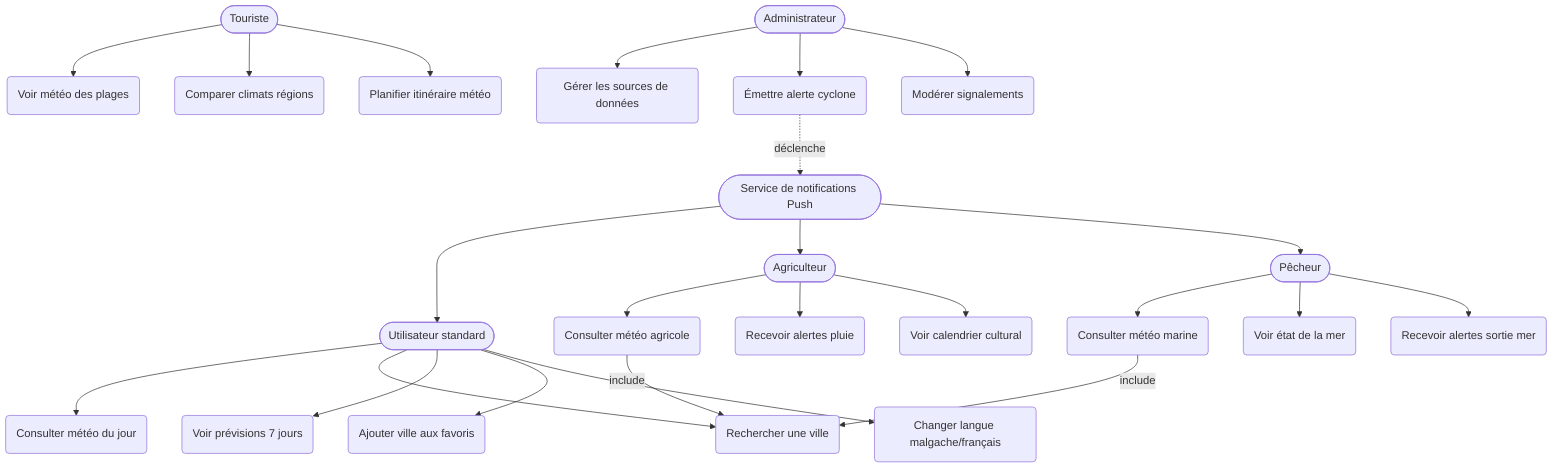
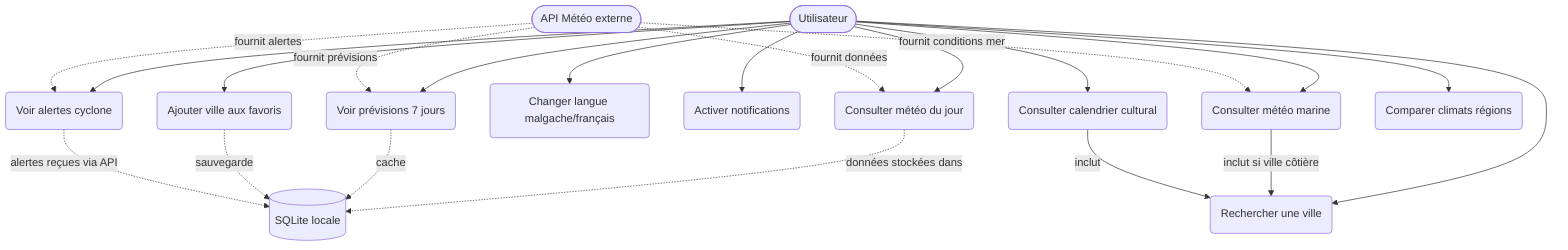
graph TD
-     U([Utilisateur standard]) --> UC1(Consulter météo du jour)
+     U([Utilisateur]) --> UC1(Consulter météo du jour)
    U --> UC2(Rechercher une ville)
    U --> UC3(Voir prévisions 7 jours)
    U --> UC4(Ajouter ville aux favoris)
    U --> UC5(Changer langue malgache/français)
+     U --> UC6(Activer notifications)

-     A([Agriculteur]) --> UC6(Consulter météo agricole)
-     A --> UC7(Recevoir alertes pluie)
-     A --> UC8(Voir calendrier cultural)
-     UC6 -->|include| UC2
+     U --> UC7(Consulter météo marine)
+     UC7 -->|inclut si ville côtière| UC2

-     P([Pêcheur]) --> UC9(Consulter météo marine)
-     P --> UC10(Voir état de la mer)
-     P --> UC11(Recevoir alertes sortie mer)
-     UC9 -->|include| UC2
+     U --> UC8(Consulter calendrier cultural)
+     UC8 -->|inclut| UC2

-     T([Touriste]) --> UC12(Voir météo des plages)
-     T --> UC13(Comparer climats régions)
-     T --> UC14(Planifier itinéraire météo)
+     U --> UC9(Voir alertes cyclone)
+     U --> UC10(Comparer climats régions)

-     Admin([Administrateur]) --> UC15(Gérer les sources de données)
-     Admin --> UC16(Émettre alerte cyclone)
-     Admin --> UC17(Modérer signalements)
+     UC1 -.->|données stockées dans| DB[(SQLite locale)]
+     UC3 -.->|cache| DB
+     UC4 -.->|sauvegarde| DB
+     UC9 -.->|alertes reçues via API| DB

-     UC16 -.->|déclenche| N([Service de notifications Push])
-     N --> U
-     N --> A
-     N --> P+     API([API Météo externe]) -.->|fournit données| UC1
+     API -.->|fournit prévisions| UC3
+     API -.->|fournit alertes| UC9
+     API -.->|fournit conditions mer| UC7